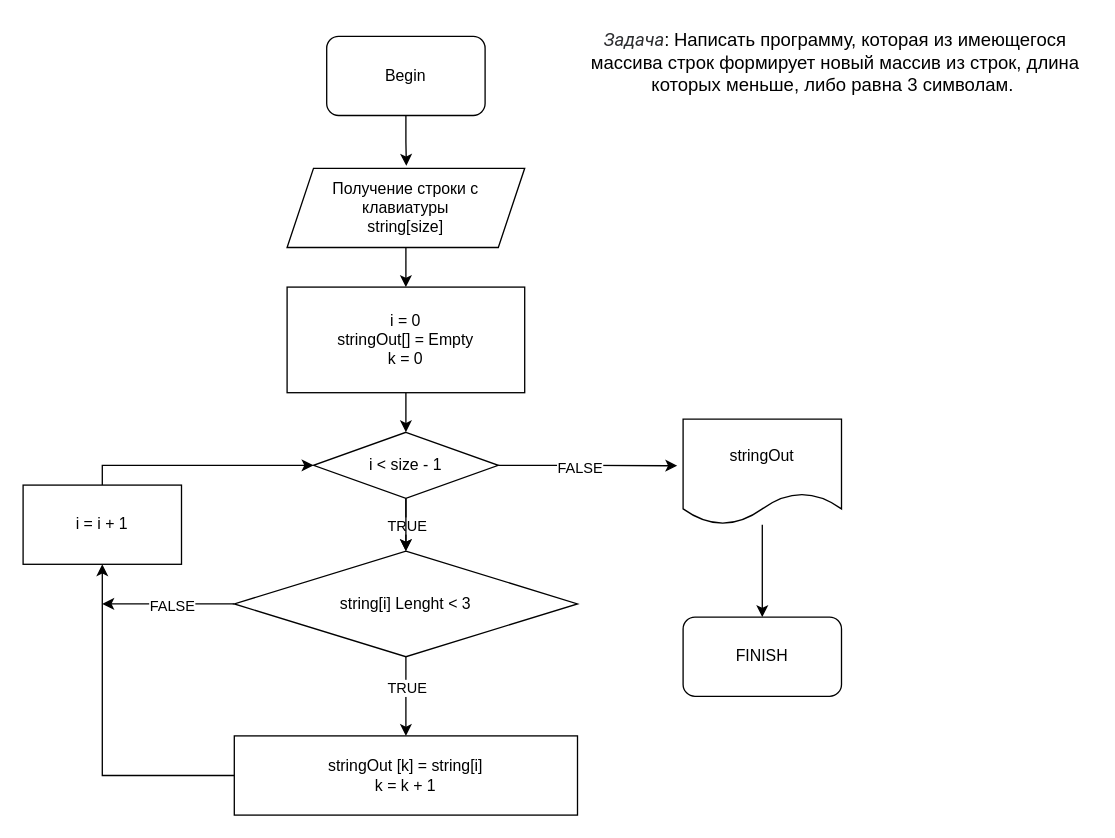
Earlier version of the draw.io diagram HW_CWoMB.drawio (Anton-S-G/HW_CWoMB). Source tidied: cells renumbered, new cells numbered last; positions are measured from the earlier drawing's top-left corner, leaving out a move shared by most shapes. Both pictures are drawn from the tidied source at 132%, with x=0, y=0 at pixel (22, 22).
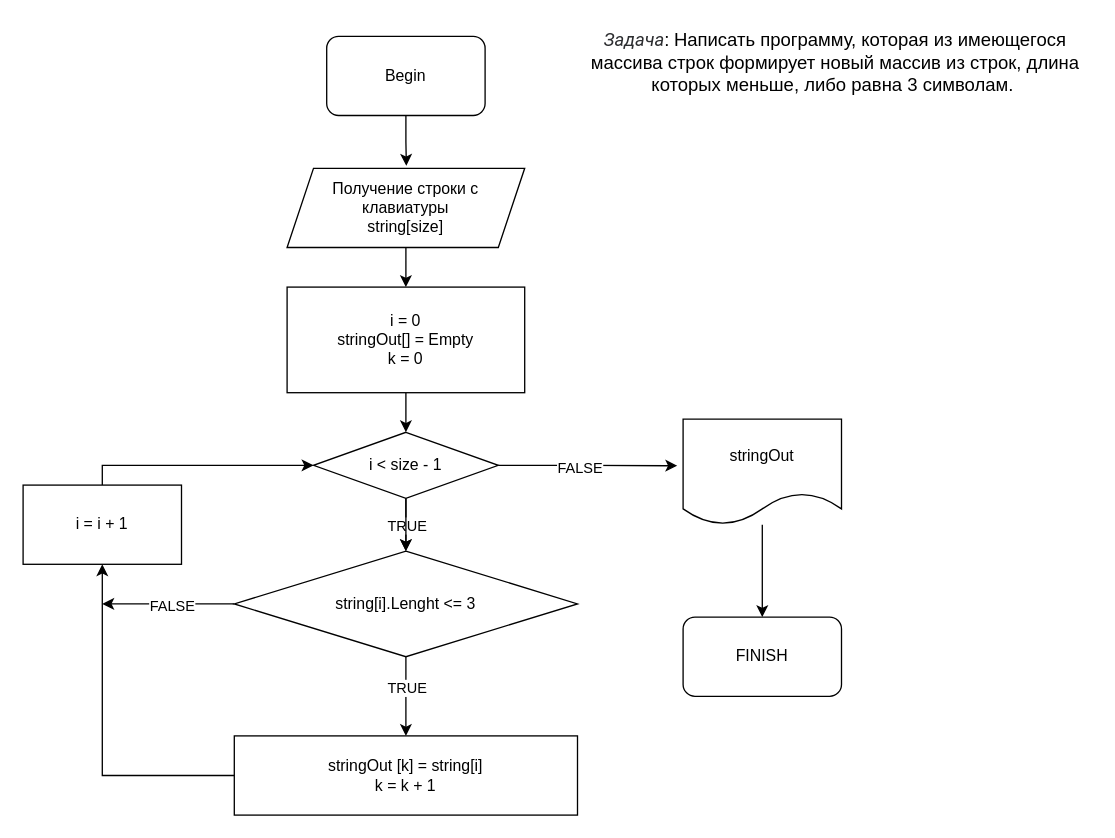
The same page after the edit.

The edit, as a diff of the source:
```diff
@@
-    <mxCell id="18" value="string[i] Lenght &amp;lt; 3" style="rhombus;whiteSpace=wrap;html=1;" parent="1" vertex="1">
+    <mxCell id="18" value="string[i].Lenght &amp;lt;= 3" style="rhombus;whiteSpace=wrap;html=1;" parent="1" vertex="1">
       <mxGeometry x="160" y="400" width="260" height="80" as="geometry" />
     </mxCell>
```
